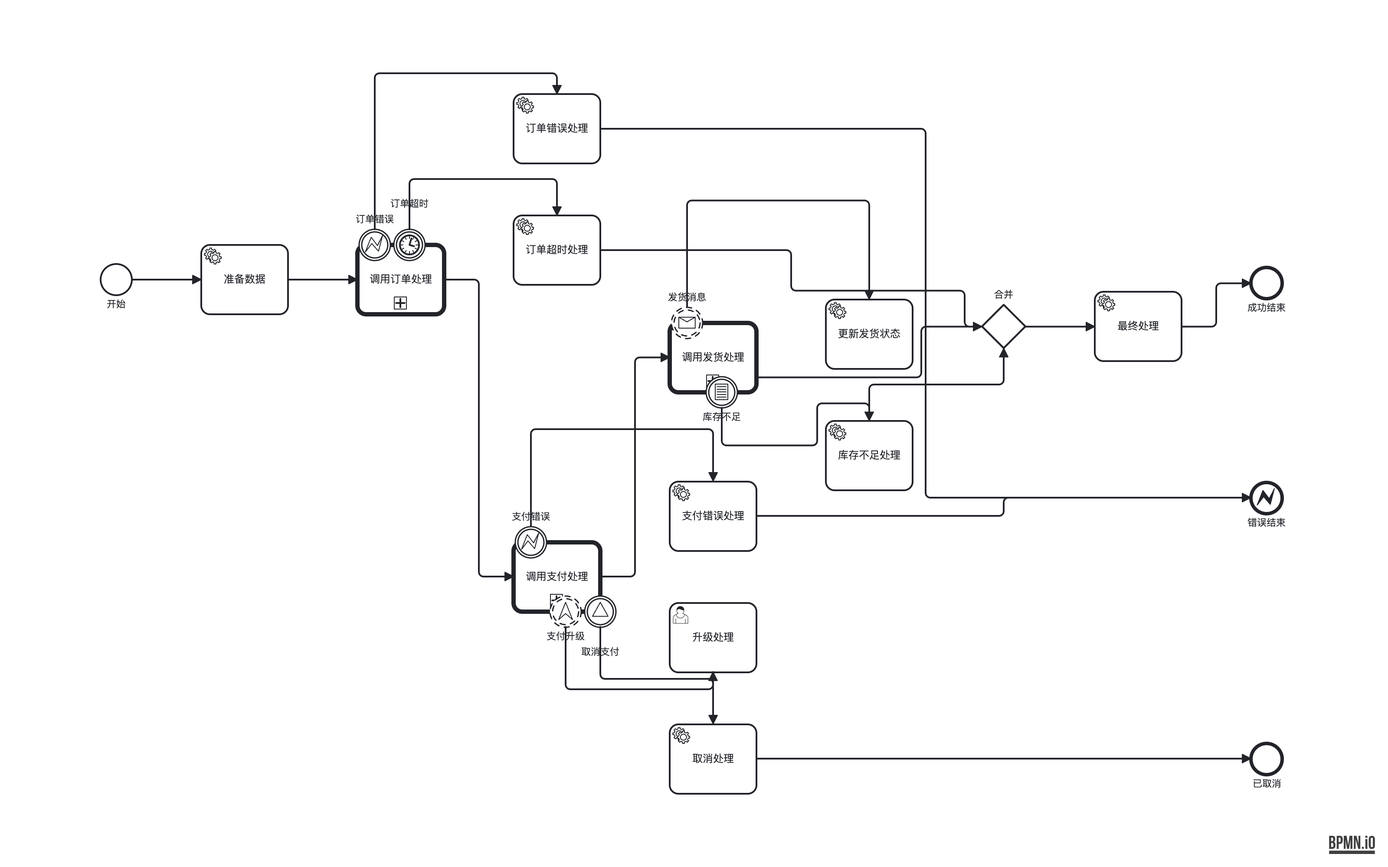
This is out-bpmn-png/23-call-activity-boundary.png from LcpMarvel/tramito-layout, a BPMN export, as it was before one commit. Its source is kept beside it as out-xml/23-call-activity-boundary.bpmn. Ids are renumbered.
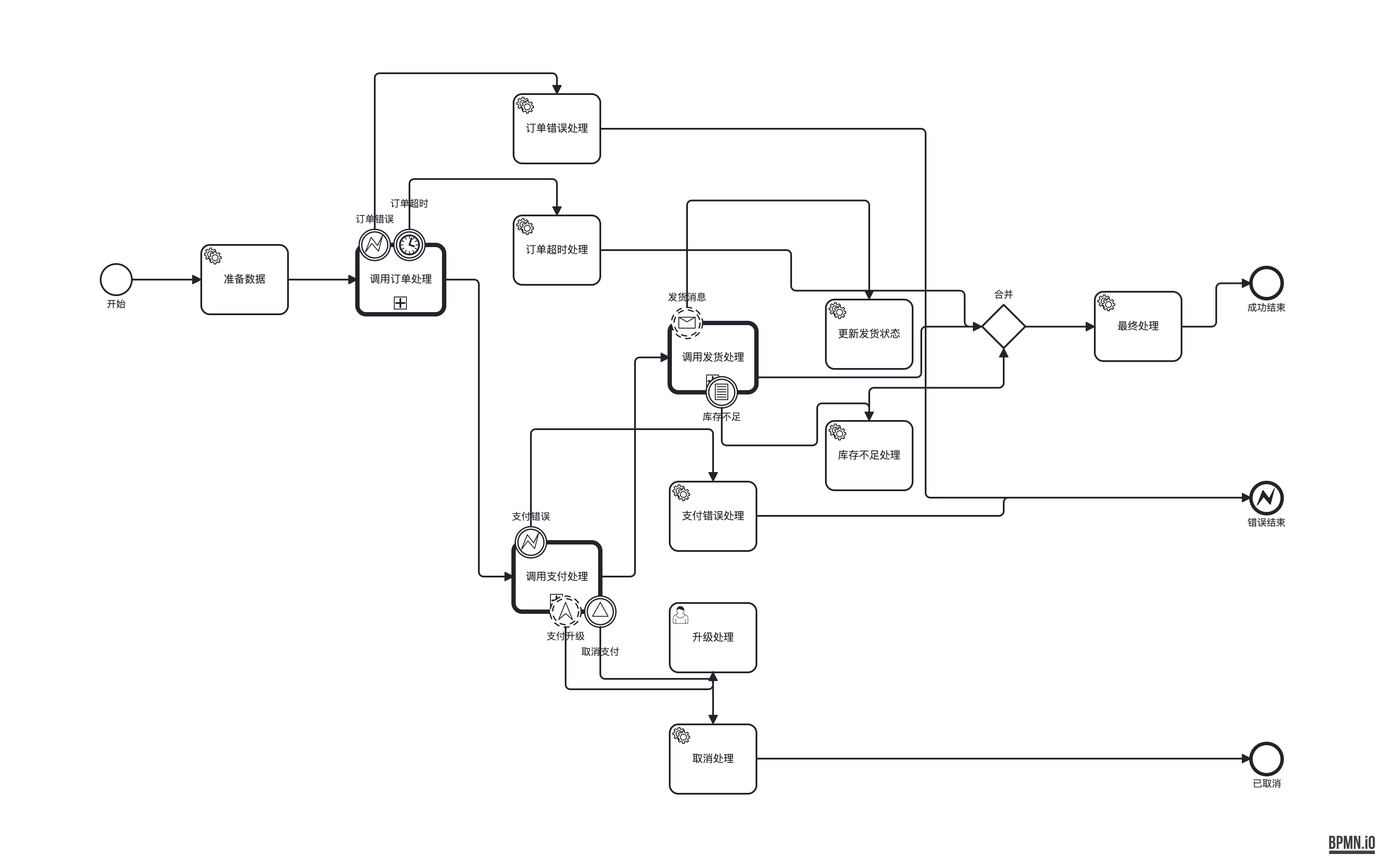
After the change.

Change to the diagram source:
```diff
@@ -343,8 +343,8 @@
       </bpmndi:BPMNEdge>
       <bpmndi:BPMNEdge id="flow_inventory_to_merge_di" bpmnElement="flow_inventory_to_merge">
         <di:waypoint x="948" y="408.75" />
-        <di:waypoint x="948" y="367" />
-        <di:waypoint x="1103" y="367" />
+        <di:waypoint x="948" y="370.75" />
+        <di:waypoint x="1103" y="370.75" />
         <di:waypoint x="1103" y="325.25" />
       </bpmndi:BPMNEdge>
     </bpmndi:BPMNPlane>
```
